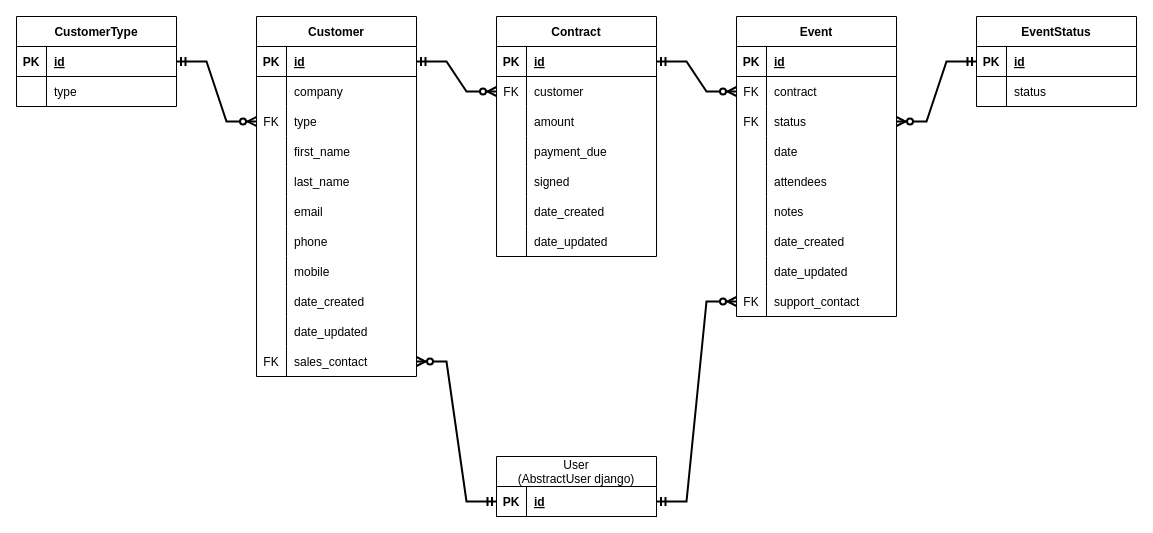
Earlier version of the draw.io diagram doc/ERD_Diagram.drawio (XavierCoulon/OC-P12-Epic-Events-V2). Source tidied: cells renumbered, new cells numbered last; positions are measured from the earlier drawing's top-left corner, leaving out a move shared by most shapes. Both pictures are drawn from the tidied source at 100%, with x=0, y=0 at pixel (16, 16).
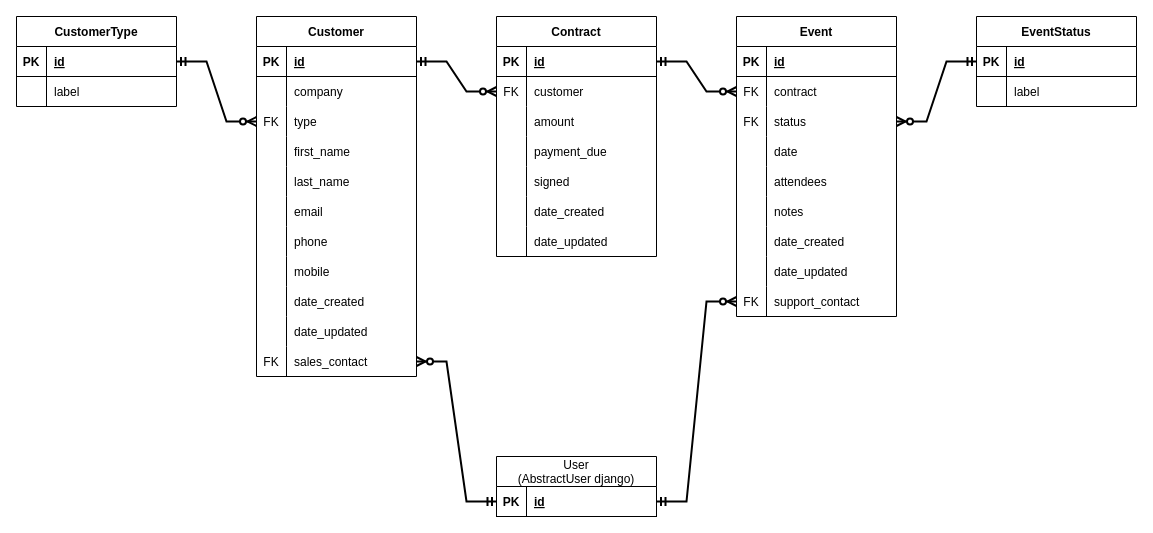
The same page after the edit.

Unchanged cells that the change refers to:
```xml
<mxCell id="92" style="shape=partialRectangle;fillColor=none;top=0;left=0;right=0;bottom=0;" parent="88" vertex="1">
  <mxGeometry y="60" width="160" height="30" as="geometry" />
</mxCell>
<mxCell id="99" style="shape=partialRectangle;fillColor=none;top=0;left=0;right=0;bottom=0;" parent="95" vertex="1">
  <mxGeometry y="60" width="160" height="30" as="geometry" />
</mxCell>
```

Change to the diagram source:
```diff
@@
-    <mxCell id="94" value="status" style="shape=partialRectangle;overflow=hidden;fillColor=none;top=0;left=0;bottom=0;right=0;align=left;spacingLeft=6;" parent="92" vertex="1">
+    <mxCell id="94" value="label" style="shape=partialRectangle;overflow=hidden;fillColor=none;top=0;left=0;bottom=0;right=0;align=left;spacingLeft=6;" parent="92" vertex="1">
       <mxGeometry x="30" width="130" height="30" as="geometry" />
     </mxCell>
@@
-    <mxCell id="101" value="type" style="shape=partialRectangle;overflow=hidden;fillColor=none;top=0;left=0;bottom=0;right=0;align=left;spacingLeft=6;" parent="99" vertex="1">
+    <mxCell id="101" value="label" style="shape=partialRectangle;overflow=hidden;fillColor=none;top=0;left=0;bottom=0;right=0;align=left;spacingLeft=6;" parent="99" vertex="1">
       <mxGeometry x="30" width="130" height="30" as="geometry" />
     </mxCell>
```
